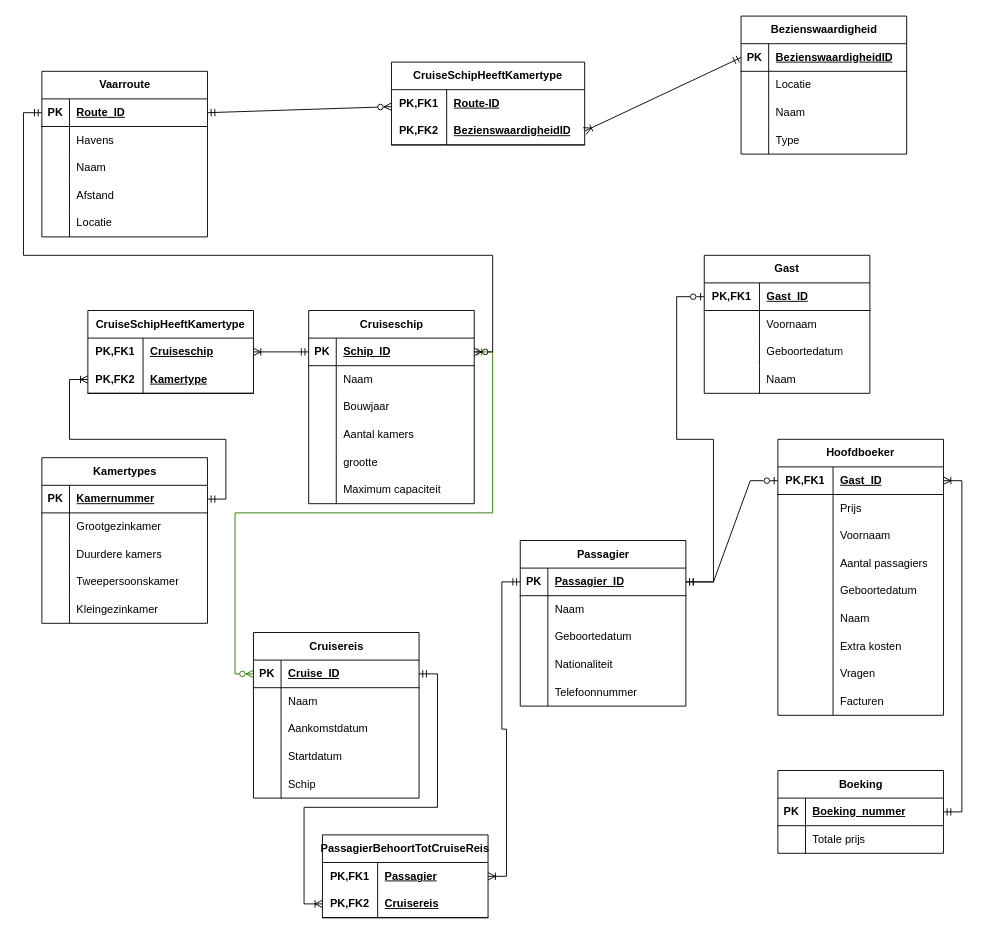
This is logisch datamodel.drawio from IgnaceVanbrabant/prodject-database, a draw.io file, before an edit. Source tidied: cells renumbered, new cells numbered last; positions are measured from the earlier drawing's top-left corner, leaving out a move shared by most shapes. Both pictures are drawn from the tidied source at 92%, with x=0, y=0 at pixel (23, 16).
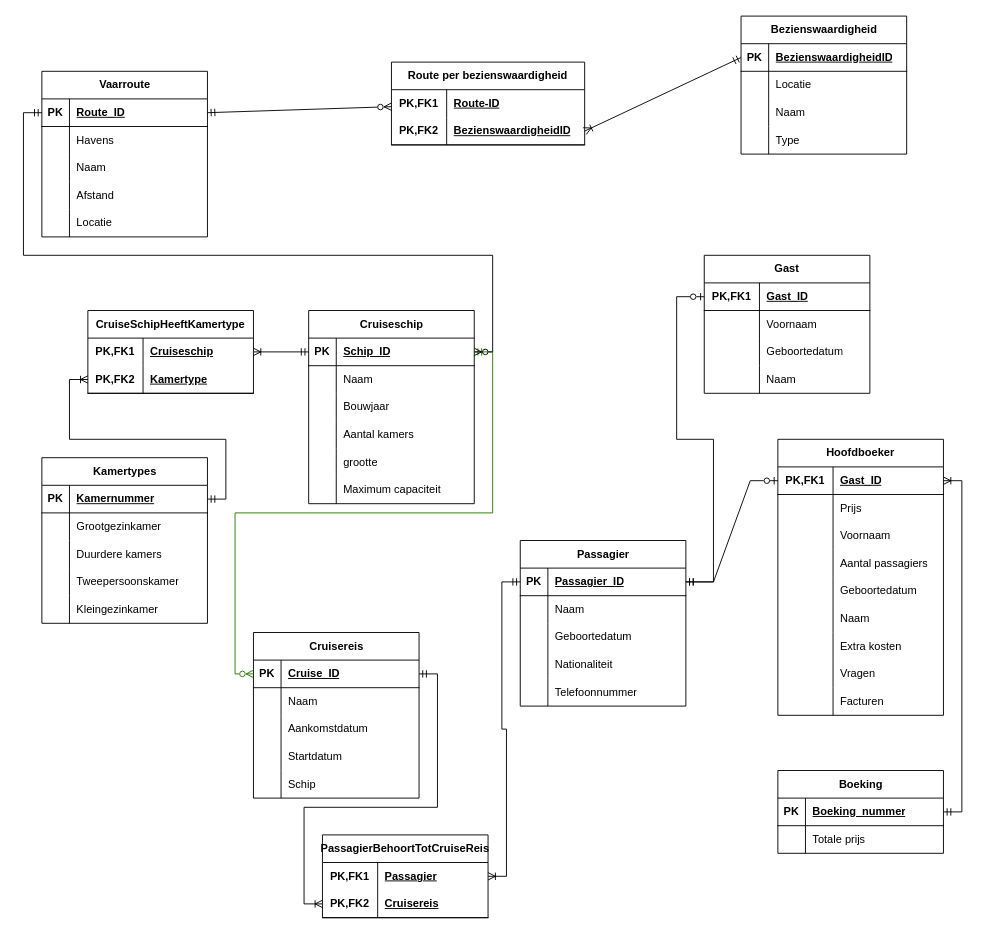
Above is the later version.

Commit message:
naam veranderd

Change to the diagram source:
```diff
@@
-    <mxCell id="170" value="CruiseSchipHeeftKamertype" style="shape=table;startSize=30;childLayout=tableLayout;rowLines=0;fontStyle=1;align=center;html=1;whiteSpace=wrap;" parent="1" vertex="1">
+    <mxCell id="170" value="Route per bezienswaardigheid" style="shape=table;startSize=30;childLayout=tableLayout;rowLines=0;fontStyle=1;align=center;html=1;whiteSpace=wrap;" parent="1" vertex="1">
       <mxGeometry x="400" y="50" width="210" height="90" as="geometry" />
     </mxCell>
```
